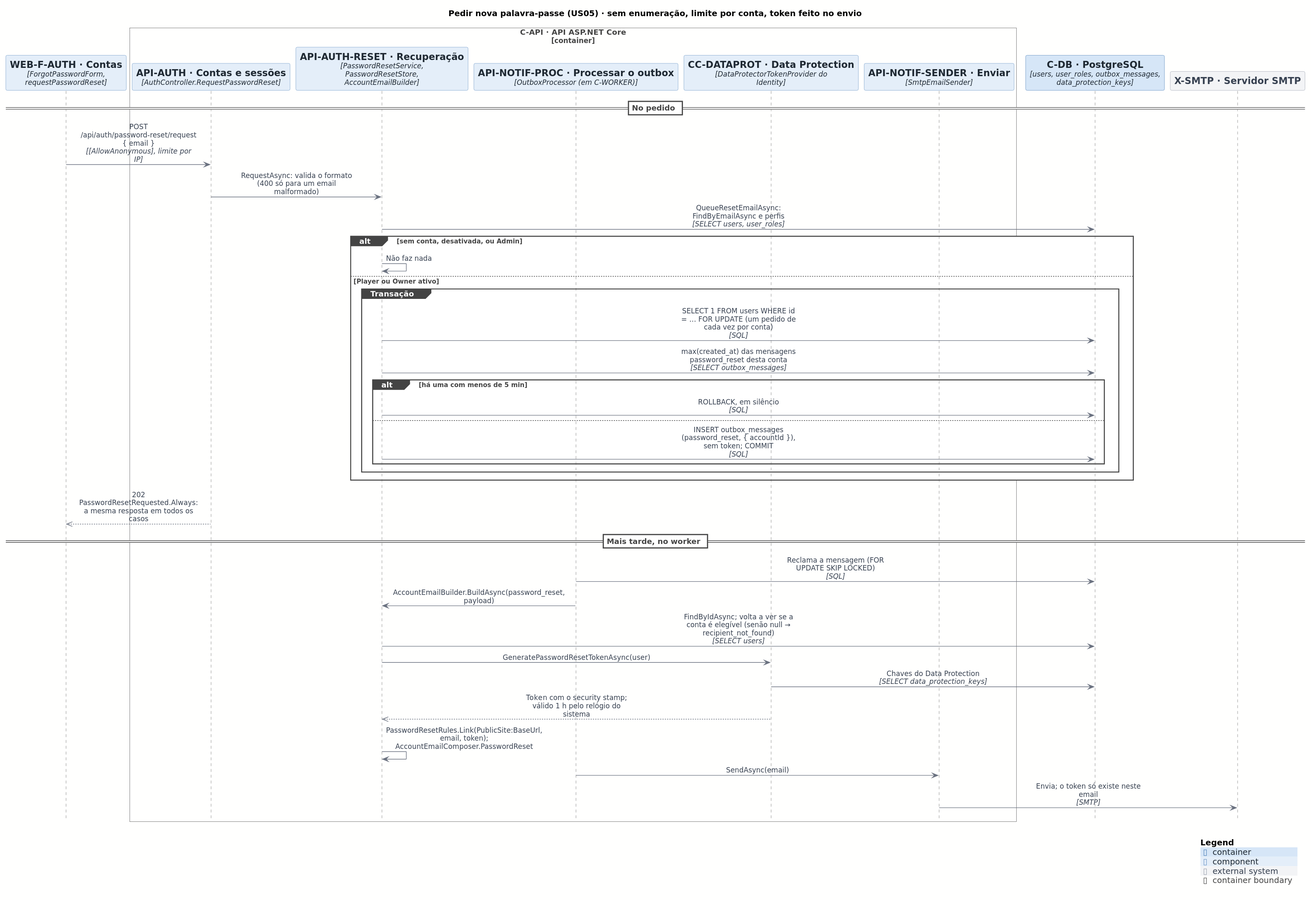
Earlier version of the PlantUML export docs/architecture/out/process-reset-request.svg (rodrigo4sousa/SportsEstablishments).
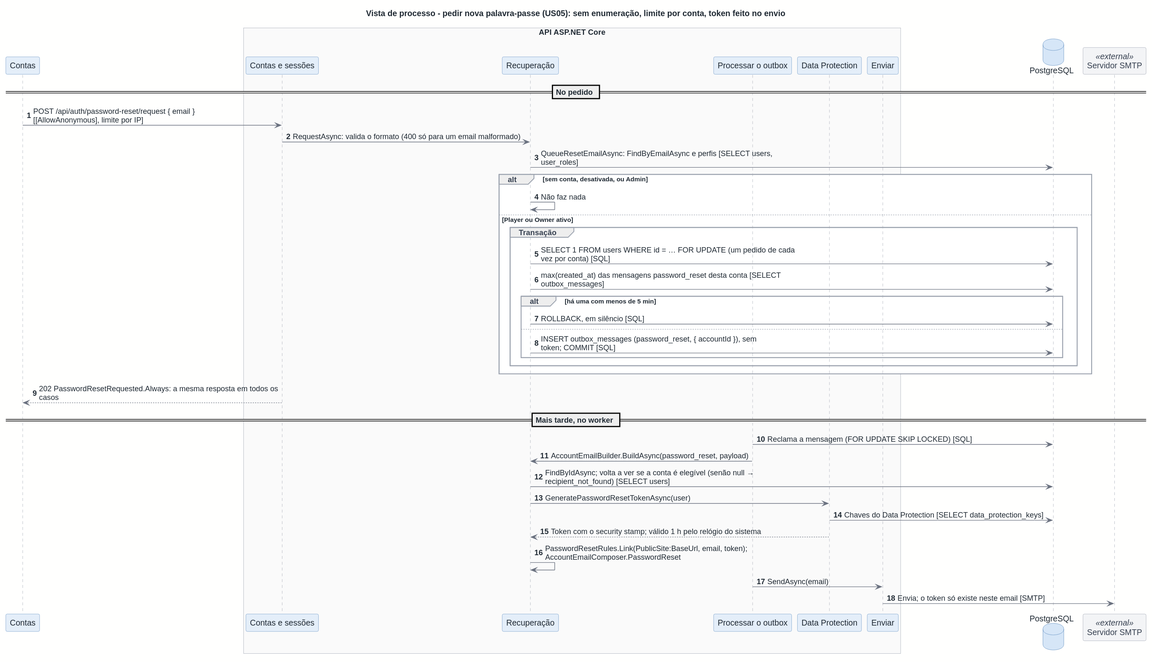
The same file after the commit.

The edit, as a diff of the source:
```diff
@@ -1,49 +1,47 @@
 @startuml
-!include <C4/C4_Sequence>
 !include ../style.puml
 
-title Pedir nova palavra-passe (US05) · sem enumeração, limite por conta, token feito no envio
+title Vista de processo - pedir nova palavra-passe (US05): sem enumeração, limite por conta, token feito no envio
+autonumber
 
-Component(WEB_F_AUTH, "WEB-F-AUTH · Contas", "ForgotPasswordForm, requestPasswordReset")
-Container_Boundary(C_API, "C-API · API ASP.NET Core")
-  Component(API_AUTH, "API-AUTH · Contas e sessões", "AuthController.RequestPasswordReset")
-  Component(API_AUTH_RESET, "API-AUTH-RESET · Recuperação", "PasswordResetService, PasswordResetStore, AccountEmailBuilder")
-  Component(API_NOTIF_PROC, "API-NOTIF-PROC · Processar o outbox", "OutboxProcessor (em C-WORKER)")
-  Component(CC_DATAPROT, "CC-DATAPROT · Data Protection", "DataProtectorTokenProvider do Identity")
-  Component(API_NOTIF_SENDER, "API-NOTIF-SENDER · Enviar", "SmtpEmailSender")
-Boundary_End()
-ContainerDb(C_DB, "C-DB · PostgreSQL", "users, user_roles, outbox_messages, data_protection_keys")
-System_Ext(X_SMTP, "X-SMTP · Servidor SMTP", "")
+participant "Contas" as WEB_F_AUTH
+box "API ASP.NET Core"
+  participant "Contas e sessões" as API_AUTH
+  participant "Recuperação" as API_AUTH_RESET
+  participant "Processar o outbox" as API_NOTIF_PROC
+  participant "Data Protection" as CC_DATAPROT
+  participant "Enviar" as API_NOTIF_SENDER
+end box
+database "PostgreSQL" as C_DB
+participant "Servidor SMTP" as X_SMTP <<external>>
 
 == No pedido ==
-Rel(WEB_F_AUTH, API_AUTH, $plain("POST /api/auth/password-reset/request { email }"), "[AllowAnonymous], limite por IP")
-Rel(API_AUTH, API_AUTH_RESET, $plain("RequestAsync: valida o formato (400 só para um email malformado)"))
-Rel(API_AUTH_RESET, C_DB, $plain("QueueResetEmailAsync: FindByEmailAsync e perfis"), "SELECT users, user_roles")
+WEB_F_AUTH -> API_AUTH : POST /api/auth/password-reset/request { email }\n[[AllowAnonymous], limite por IP]
+API_AUTH -> API_AUTH_RESET : RequestAsync: valida o formato (400 só para um email malformado)
+API_AUTH_RESET -> C_DB : QueueResetEmailAsync: FindByEmailAsync e perfis [SELECT users,\nuser_roles]
 alt sem conta, desativada, ou Admin
-  Rel(API_AUTH_RESET, API_AUTH_RESET, $plain("Não faz nada"))
+  API_AUTH_RESET -> API_AUTH_RESET : Não faz nada
 else Player ou Owner ativo
   group Transação
-    Rel(API_AUTH_RESET, C_DB, $plain("SELECT 1 FROM users WHERE id = … FOR UPDATE (um pedido de cada vez por conta)"), "SQL")
-    Rel(API_AUTH_RESET, C_DB, $plain("max(created_at) das mensagens password_reset desta conta"), "SELECT outbox_messages")
+    API_AUTH_RESET -> C_DB : SELECT 1 FROM users WHERE id = … FOR UPDATE (um pedido de cada\nvez por conta) [SQL]
+    API_AUTH_RESET -> C_DB : max(created_at) das mensagens password_reset desta conta [SELECT\noutbox_messages]
     alt há uma com menos de 5 min
-      Rel(API_AUTH_RESET, C_DB, $plain("ROLLBACK, em silêncio"), "SQL")
+      API_AUTH_RESET -> C_DB : ROLLBACK, em silêncio [SQL]
     else
-      Rel(API_AUTH_RESET, C_DB, $plain("INSERT outbox_messages (password_reset, { accountId }), sem token; COMMIT"), "SQL")
+      API_AUTH_RESET -> C_DB : INSERT outbox_messages (password_reset, { accountId }), sem\ntoken; COMMIT [SQL]
     end
   end
 end
-Rel_Back(WEB_F_AUTH, API_AUTH, $plain("202 PasswordResetRequested.Always: a mesma resposta em todos os casos"))
+API_AUTH --> WEB_F_AUTH : 202 PasswordResetRequested.Always: a mesma resposta em todos os\ncasos
 
 == Mais tarde, no worker ==
-Rel(API_NOTIF_PROC, C_DB, $plain("Reclama a mensagem (FOR UPDATE SKIP LOCKED)"), "SQL")
-Rel(API_NOTIF_PROC, API_AUTH_RESET, $plain("AccountEmailBuilder.BuildAsync(password_reset, payload)"))
-Rel(API_AUTH_RESET, C_DB, $plain("FindByIdAsync; volta a ver se a conta é elegível (senão null → recipient_not_found)"), "SELECT users")
-Rel(API_AUTH_RESET, CC_DATAPROT, $plain("GeneratePasswordResetTokenAsync(user)"))
-Rel(CC_DATAPROT, C_DB, $plain("Chaves do Data Protection"), "SELECT data_protection_keys")
-Rel_Back(API_AUTH_RESET, CC_DATAPROT, $plain("Token com o security stamp; válido 1 h pelo relógio do sistema"))
-Rel(API_AUTH_RESET, API_AUTH_RESET, $plain("PasswordResetRules.Link(PublicSite:BaseUrl, email, token); AccountEmailComposer.PasswordReset"))
-Rel(API_NOTIF_PROC, API_NOTIF_SENDER, $plain("SendAsync(email)"))
-Rel(API_NOTIF_SENDER, X_SMTP, $plain("Envia; o token só existe neste email"), "SMTP")
-
-SHOW_LEGEND()
+API_NOTIF_PROC -> C_DB : Reclama a mensagem (FOR UPDATE SKIP LOCKED) [SQL]
+API_NOTIF_PROC -> API_AUTH_RESET : AccountEmailBuilder.BuildAsync(password_reset, payload)
+API_AUTH_RESET -> C_DB : FindByIdAsync; volta a ver se a conta é elegível (senão null →\nrecipient_not_found) [SELECT users]
+API_AUTH_RESET -> CC_DATAPROT : GeneratePasswordResetTokenAsync(user)
+CC_DATAPROT -> C_DB : Chaves do Data Protection [SELECT data_protection_keys]
+CC_DATAPROT --> API_AUTH_RESET : Token com o security stamp; válido 1 h pelo relógio do sistema
+API_AUTH_RESET -> API_AUTH_RESET : PasswordResetRules.Link(PublicSite:BaseUrl, email, token);\nAccountEmailComposer.PasswordReset
+API_NOTIF_PROC -> API_NOTIF_SENDER : SendAsync(email)
+API_NOTIF_SENDER -> X_SMTP : Envia; o token só existe neste email [SMTP]
 @enduml
```
